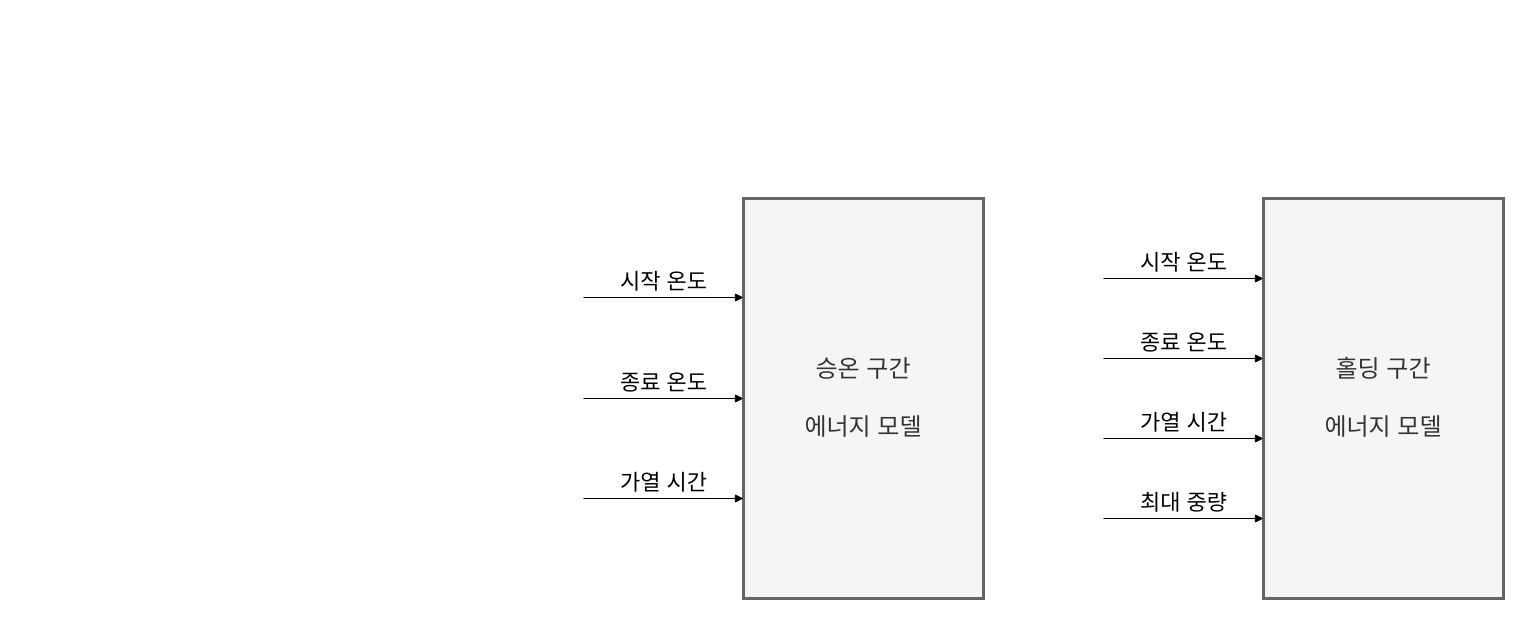
seheeP/statistic keeps this draw.io diagram as Untitled Diagram.drawio. Above is the earlier version. Source tidied: cells renumbered, new cells numbered last; positions are measured from the earlier drawing's top-left corner, leaving out a move shared by most shapes. Both pictures are drawn from the tidied source at 100%, with x=0, y=0 at pixel (583, 198).
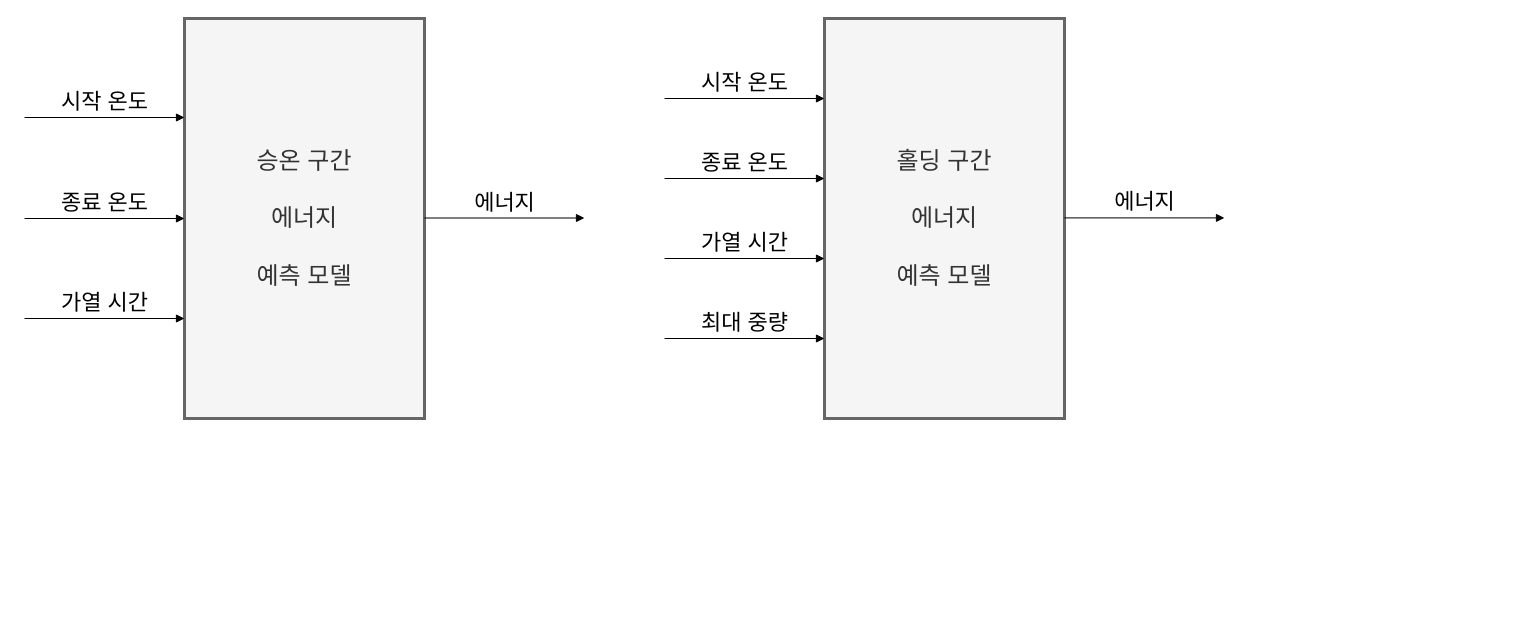
Above is the later version.

Diff of the diagram source:
```diff
@@
-    <mxCell id="2" value="&lt;font style=&quot;font-size: 24px&quot;&gt;승온 구간&lt;br&gt;&lt;br&gt;에너지 모델&lt;/font&gt;" style="rounded=0;whiteSpace=wrap;html=1;fillColor=#f5f5f5;strokeColor=#666666;fontColor=#333333;strokeWidth=3;" parent="1" vertex="1">
-      <mxGeometry x="160" width="240" height="400" as="geometry" />
+    <mxCell id="2" value="&lt;font style=&quot;font-size: 24px&quot;&gt;승온 구간&lt;br&gt;&lt;br&gt;에너지 &lt;br&gt;&lt;br&gt;예측 모델&lt;/font&gt;" style="rounded=0;whiteSpace=wrap;html=1;fillColor=#f5f5f5;strokeColor=#666666;fontColor=#333333;strokeWidth=3;" parent="1" vertex="1">
+      <mxGeometry x="-399" y="-180" width="240" height="400" as="geometry" />
     </mxCell>
     <mxCell id="3" value="&lt;font style=&quot;font-size: 22px&quot;&gt;시작 온도&lt;/font&gt;" style="html=1;verticalAlign=bottom;endArrow=block;rounded=0;edgeStyle=orthogonalEdgeStyle;" parent="1" edge="1">
       <mxGeometry relative="1" as="geometry">
-        <mxPoint y="99" as="sourcePoint" />
-        <mxPoint x="160" y="99" as="targetPoint" />
+        <mxPoint x="-559" y="-81" as="sourcePoint" />
+        <mxPoint x="-399" y="-81" as="targetPoint" />
       </mxGeometry>
     </mxCell>
     <mxCell id="4" value="&lt;font style=&quot;font-size: 22px&quot;&gt;종료 온도&lt;/font&gt;" style="html=1;verticalAlign=bottom;endArrow=block;rounded=0;edgeStyle=orthogonalEdgeStyle;" parent="1" edge="1">
       <mxGeometry relative="1" as="geometry">
-        <mxPoint y="200" as="sourcePoint" />
-        <mxPoint x="160" y="200" as="targetPoint" />
+        <mxPoint x="-559" y="20" as="sourcePoint" />
+        <mxPoint x="-399" y="20" as="targetPoint" />
       </mxGeometry>
     </mxCell>
     <mxCell id="5" value="&lt;font style=&quot;font-size: 22px&quot;&gt;가열 시간&lt;/font&gt;" style="html=1;verticalAlign=bottom;endArrow=block;rounded=0;edgeStyle=orthogonalEdgeStyle;" parent="1" edge="1">
       <mxGeometry relative="1" as="geometry">
-        <mxPoint y="300" as="sourcePoint" />
-        <mxPoint x="160" y="300" as="targetPoint" />
+        <mxPoint x="-559" y="120" as="sourcePoint" />
+        <mxPoint x="-399" y="120" as="targetPoint" />
       </mxGeometry>
     </mxCell>
-    <mxCell id="6" value="&lt;font style=&quot;font-size: 24px&quot;&gt;홀딩 구간&lt;br&gt;&lt;br&gt;에너지 모델&lt;/font&gt;" style="rounded=0;whiteSpace=wrap;html=1;fillColor=#f5f5f5;strokeColor=#666666;fontColor=#333333;strokeWidth=3;" parent="1" vertex="1">
-      <mxGeometry x="680" width="240" height="400" as="geometry" />
+    <mxCell id="6" value="&lt;font style=&quot;font-size: 24px&quot;&gt;홀딩 구간&lt;br&gt;&lt;br&gt;에너지 &lt;br&gt;&lt;br&gt;예측 모델&lt;/font&gt;" style="rounded=0;whiteSpace=wrap;html=1;fillColor=#f5f5f5;strokeColor=#666666;fontColor=#333333;strokeWidth=3;" parent="1" vertex="1">
+      <mxGeometry x="241" y="-180" width="240" height="400" as="geometry" />
     </mxCell>
     <mxCell id="7" value="&lt;font style=&quot;font-size: 22px&quot;&gt;시작 온도&lt;/font&gt;" style="html=1;verticalAlign=bottom;endArrow=block;rounded=0;edgeStyle=orthogonalEdgeStyle;" parent="1" edge="1">
       <mxGeometry relative="1" as="geometry">
-        <mxPoint x="520" y="80" as="sourcePoint" />
-        <mxPoint x="680" y="80" as="targetPoint" />
+        <mxPoint x="81" y="-100" as="sourcePoint" />
+        <mxPoint x="241" y="-100" as="targetPoint" />
       </mxGeometry>
     </mxCell>
     <mxCell id="8" value="&lt;font style=&quot;font-size: 22px&quot;&gt;종료 온도&lt;/font&gt;" style="html=1;verticalAlign=bottom;endArrow=block;rounded=0;edgeStyle=orthogonalEdgeStyle;" parent="1" edge="1">
       <mxGeometry relative="1" as="geometry">
-        <mxPoint x="520" y="160" as="sourcePoint" />
-        <mxPoint x="680" y="160" as="targetPoint" />
+        <mxPoint x="81" y="-20" as="sourcePoint" />
+        <mxPoint x="241" y="-20" as="targetPoint" />
       </mxGeometry>
     </mxCell>
     <mxCell id="9" value="&lt;font style=&quot;font-size: 22px&quot;&gt;가열 시간&lt;/font&gt;" style="html=1;verticalAlign=bottom;endArrow=block;rounded=0;edgeStyle=orthogonalEdgeStyle;" parent="1" edge="1">
       <mxGeometry relative="1" as="geometry">
-        <mxPoint x="520" y="240" as="sourcePoint" />
-        <mxPoint x="680" y="240" as="targetPoint" />
+        <mxPoint x="81" y="60" as="sourcePoint" />
+        <mxPoint x="241" y="60" as="targetPoint" />
       </mxGeometry>
     </mxCell>
     <mxCell id="10" value="&lt;font style=&quot;font-size: 22px&quot;&gt;최대 중량&lt;/font&gt;" style="html=1;verticalAlign=bottom;endArrow=block;rounded=0;edgeStyle=orthogonalEdgeStyle;" parent="1" edge="1">
       <mxGeometry relative="1" as="geometry">
-        <mxPoint x="520" y="320" as="sourcePoint" />
-        <mxPoint x="680" y="320" as="targetPoint" />
+        <mxPoint x="81" y="140" as="sourcePoint" />
+        <mxPoint x="241" y="140" as="targetPoint" />
       </mxGeometry>
     </mxCell>
+    <mxCell id="11" value="&lt;font style=&quot;font-size: 22px&quot;&gt;에너지&lt;/font&gt;" style="html=1;verticalAlign=bottom;endArrow=block;rounded=0;edgeStyle=orthogonalEdgeStyle;" parent="1" edge="1">
+      <mxGeometry relative="1" as="geometry">
+        <mxPoint x="-159" y="19.5" as="sourcePoint" />
+        <mxPoint x="1" y="19.5" as="targetPoint" />
+      </mxGeometry>
+    </mxCell>
+    <mxCell id="12" value="&lt;font style=&quot;font-size: 22px&quot;&gt;에너지&lt;/font&gt;" style="html=1;verticalAlign=bottom;endArrow=block;rounded=0;edgeStyle=orthogonalEdgeStyle;" parent="1" edge="1">
+      <mxGeometry relative="1" as="geometry">
+        <mxPoint x="481" y="19.4" as="sourcePoint" />
+        <mxPoint x="641" y="19.4" as="targetPoint" />
+      </mxGeometry>
+    </mxCell>
```
